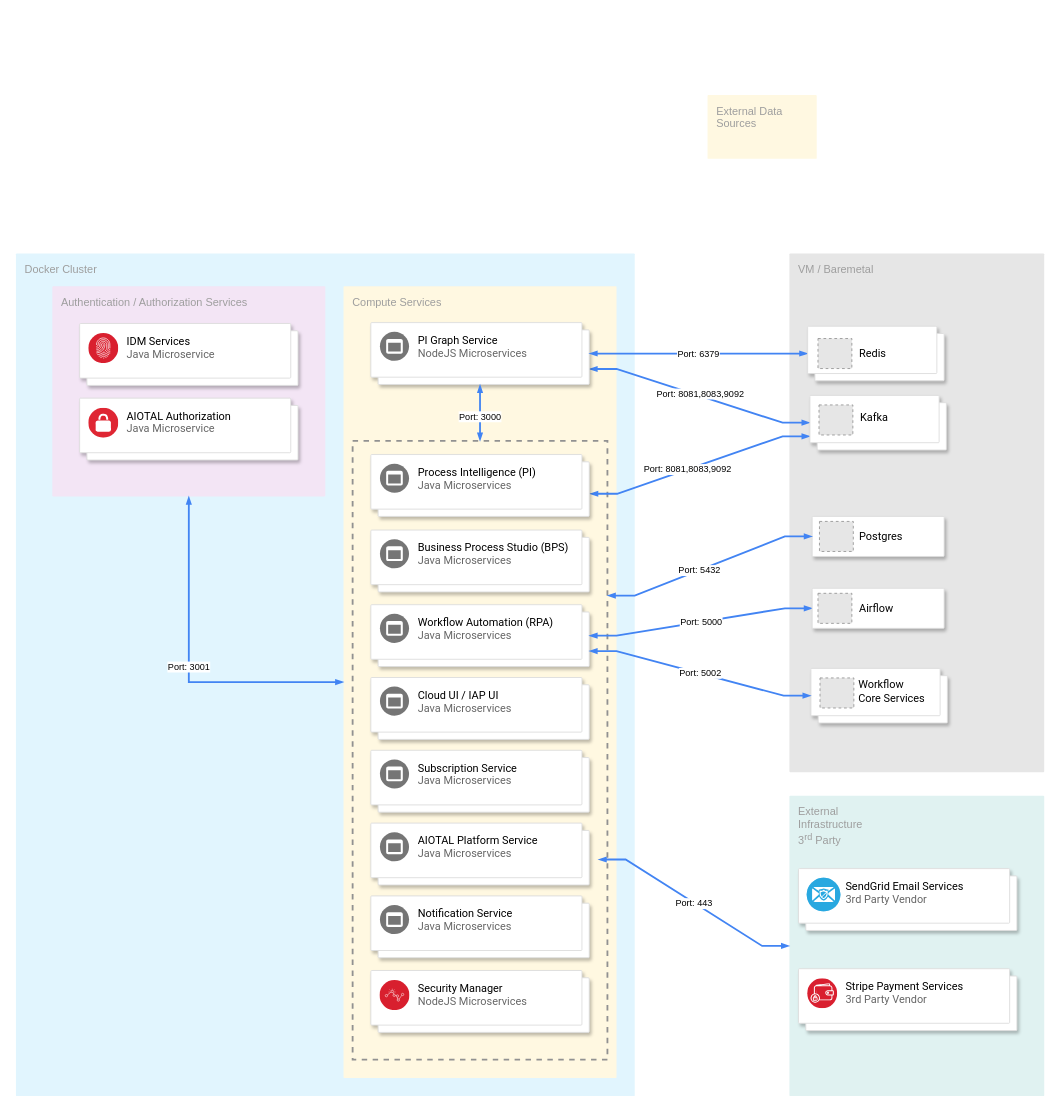
Above: page "Page-2" (2 of 2) of DrawIO/EPSoft Diagram.drawio in josephlim75/technologies (draw.io), before the change. Source tidied: cells renumbered, new cells numbered last; positions are measured from the earlier drawing's top-left corner, leaving out a move shared by most shapes. Both pictures are drawn from the tidied source at 91%, with x=0, y=0 at pixel (15, 95). Pictures stored in the file or linked from it are replaced by grey dashed boxes.
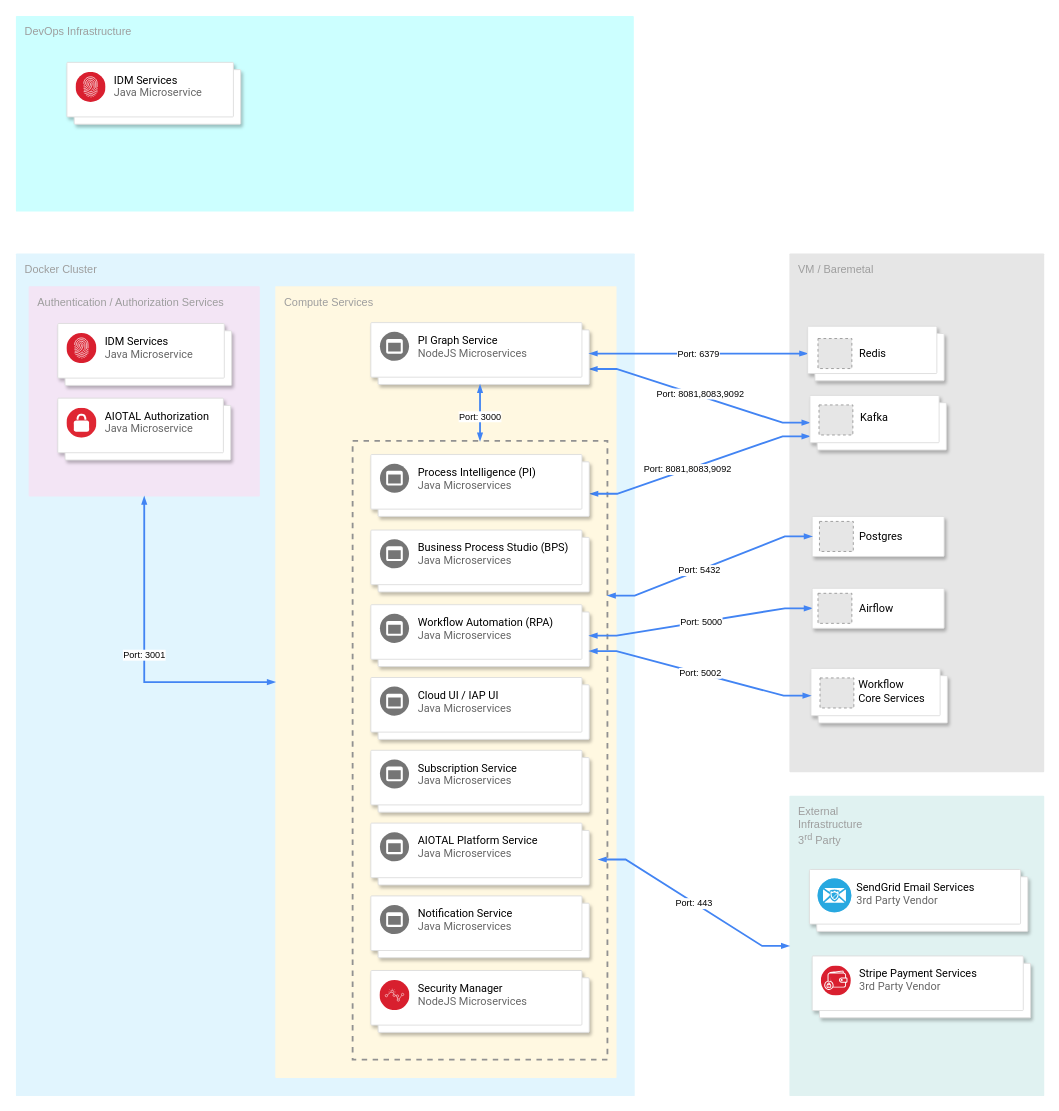
The same page after the edit.

The edit, as a diff of the source:
```diff
@@
     <mxCell id="4" value="Authentication / Authorization Services" style="points=[[0,0,0],[0.25,0,0],[0.5,0,0],[0.75,0,0],[1,0,0],[1,0.25,0],[1,0.5,0],[1,0.75,0],[1,1,0],[0.75,1,0],[0.5,1,0],[0.25,1,0],[0,1,0],[0,0.75,0],[0,0.5,0],[0,0.25,0]];rounded=1;absoluteArcSize=1;arcSize=2;html=1;strokeColor=none;gradientColor=none;shadow=0;dashed=0;fontSize=12;fontColor=#9E9E9E;align=left;verticalAlign=top;spacing=10;spacingTop=-4;fillColor=#F3E5F5;" parent="1" vertex="1">
-      <mxGeometry x="40" y="210" width="300" height="231" as="geometry" />
+      <mxGeometry x="14" y="210" width="254" height="231" as="geometry" />
     </mxCell>
     <mxCell id="5" value="Compute Services" style="points=[[0,0,0],[0.25,0,0],[0.5,0,0],[0.75,0,0],[1,0,0],[1,0.25,0],[1,0.5,0],[1,0.75,0],[1,1,0],[0.75,1,0],[0.5,1,0],[0.25,1,0],[0,1,0],[0,0.75,0],[0,0.5,0],[0,0.25,0]];rounded=1;absoluteArcSize=1;arcSize=2;html=1;strokeColor=none;gradientColor=none;shadow=0;dashed=0;fontSize=12;fontColor=#9E9E9E;align=left;verticalAlign=top;spacing=10;spacingTop=-4;fillColor=#FFF8E1;" parent="1" vertex="1">
-      <mxGeometry x="360" y="210" width="300" height="870" as="geometry" />
+      <mxGeometry x="285" y="210" width="375" height="870" as="geometry" />
     </mxCell>
@@
-    <mxCell id="7" value="External Data&#10;Sources" style="rounded=1;absoluteArcSize=1;arcSize=2;html=1;strokeColor=none;gradientColor=none;shadow=0;dashed=0;fontSize=12;fontColor=#9E9E9E;align=left;verticalAlign=top;spacing=10;spacingTop=-4;fillColor=#FFF8E1;" parent="1" vertex="1">
-      <mxGeometry x="760" width="120" height="70" as="geometry" />
-    </mxCell>
@@
-    <mxCell id="14" style="group;" parent="1" vertex="1">
-      <mxGeometry x="70" y="251" width="280" height="68" as="geometry" />
-    </mxCell>
-    <mxCell id="15" style="shape=mxgraph.gcp2.doubleRect;strokeColor=#dddddd;shadow=1;strokeWidth=1;fontFamily=Roboto;align=left;" parent="14" vertex="1">
-      <mxGeometry width="240" height="68" as="geometry" />
-    </mxCell>
-    <mxCell id="16" value="IDM Services" style="text;html=1;align=left;verticalAlign=middle;fillColor=none;strokeColor=none;rounded=0;fontFamily=Roboto;" parent="14" vertex="1">
-      <mxGeometry x="50" y="10" width="90" height="20" as="geometry" />
-    </mxCell>
-    <mxCell id="17" value="Java Microservice" style="text;html=1;align=left;verticalAlign=middle;fillColor=none;strokeColor=none;rounded=0;fontFamily=Roboto;fontColor=#666666;" parent="14" vertex="1">
-      <mxGeometry x="50" y="24" width="110" height="20" as="geometry" />
-    </mxCell>
-    <mxCell id="18" style="perimeter=ellipsePerimeter;html=1;align=center;shadow=0;dashed=0;fontColor=#4277BB;labelBackgroundColor=#ffffff;fontSize=12;spacingTop=3;image;image=img/lib/ibm/blockchain/identity_access_manager.svg;fillColor=#E6E6E6;" parent="14" vertex="1">
-      <mxGeometry x="10" y="11" width="33" height="33" as="geometry" />
-    </mxCell>
@@
     <mxCell id="35" value="Port: 3001" style="edgeStyle=orthogonalEdgeStyle;fontSize=10;html=1;endArrow=blockThin;endFill=1;rounded=0;strokeWidth=2;endSize=4;startSize=4;dashed=0;strokeColor=#4284F3;startArrow=blockThin;startFill=1;exitX=0;exitY=0.5;exitDx=0;exitDy=0;exitPerimeter=0;entryX=0.5;entryY=1;entryDx=0;entryDy=0;entryPerimeter=0;" parent="1" edge="1" source="5" target="4">
       <mxGeometry relative="1" as="geometry">
         <Array as="points">
-          <mxPoint x="190" y="645" />
+          <mxPoint x="141" y="645" />
         </Array>
       </mxGeometry>
     </mxCell>
-    <mxCell id="36" style="group;" parent="1" vertex="1">
-      <mxGeometry x="70" y="333" width="280" height="68" as="geometry" />
-    </mxCell>
-    <mxCell id="37" style="shape=mxgraph.gcp2.doubleRect;strokeColor=#dddddd;shadow=1;strokeWidth=1;fontFamily=Roboto;align=left;" parent="36" vertex="1">
-      <mxGeometry width="240" height="68" as="geometry" />
-    </mxCell>
-    <mxCell id="38" value="AIOTAL Authorization" style="text;html=1;align=left;verticalAlign=middle;fillColor=none;strokeColor=none;rounded=0;fontFamily=Roboto;" parent="36" vertex="1">
-      <mxGeometry x="50" y="10" width="130" height="20" as="geometry" />
-    </mxCell>
-    <mxCell id="39" value="Java Microservice" style="text;html=1;align=left;verticalAlign=middle;fillColor=none;strokeColor=none;rounded=0;fontFamily=Roboto;fontColor=#666666;" parent="36" vertex="1">
-      <mxGeometry x="50" y="24" width="110" height="20" as="geometry" />
-    </mxCell>
-    <mxCell id="40" style="perimeter=ellipsePerimeter;html=1;align=center;shadow=0;dashed=0;fontColor=#4277BB;labelBackgroundColor=#ffffff;fontSize=12;spacingTop=3;image;image=img/lib/ibm/security/vpn.svg;fillColor=#E6E6E6;" parent="36" vertex="1">
-      <mxGeometry x="10" y="11" width="33" height="33" as="geometry" />
-    </mxCell>
@@
     <mxCell id="85" style="group;" parent="1" vertex="1">
-      <mxGeometry x="860" y="850" width="240" height="68" as="geometry" />
+      <mxGeometry x="872" y="851" width="240" height="68" as="geometry" />
     </mxCell>
@@
     <mxCell id="90" style="group;" parent="1" vertex="1">
-      <mxGeometry x="860" y="960" width="240" height="68" as="geometry" />
+      <mxGeometry x="875" y="946" width="240" height="68" as="geometry" />
     </mxCell>
@@
+    <mxCell id="104" value="DevOps Infrastructure" style="rounded=1;absoluteArcSize=1;arcSize=2;html=1;strokeColor=none;gradientColor=none;shadow=0;dashed=0;fontSize=12;fontColor=#9E9E9E;align=left;verticalAlign=top;spacing=10;spacingTop=-4;fillColor=#CCFFFF;" parent="1" vertex="1">
+      <mxGeometry y="-87" width="679" height="215" as="geometry" />
+    </mxCell>
+    <mxCell id="37" style="shape=mxgraph.gcp2.doubleRect;strokeColor=#dddddd;shadow=1;strokeWidth=1;fontFamily=Roboto;align=left;" parent="1" vertex="1">
+      <mxGeometry x="46" y="333" width="190" height="68" as="geometry" />
+    </mxCell>
+    <mxCell id="38" value="AIOTAL Authorization" style="text;html=1;align=left;verticalAlign=middle;fillColor=none;strokeColor=none;rounded=0;fontFamily=Roboto;" parent="1" vertex="1">
+      <mxGeometry x="96" y="343" width="130" height="20" as="geometry" />
+    </mxCell>
+    <mxCell id="39" value="Java Microservice" style="text;html=1;align=left;verticalAlign=middle;fillColor=none;strokeColor=none;rounded=0;fontFamily=Roboto;fontColor=#666666;" parent="1" vertex="1">
+      <mxGeometry x="96" y="357" width="110" height="20" as="geometry" />
+    </mxCell>
+    <mxCell id="40" style="perimeter=ellipsePerimeter;html=1;align=center;shadow=0;dashed=0;fontColor=#4277BB;labelBackgroundColor=#ffffff;fontSize=12;spacingTop=3;image;image=img/lib/ibm/security/vpn.svg;fillColor=#E6E6E6;" parent="1" vertex="1">
+      <mxGeometry x="56" y="344" width="33" height="33" as="geometry" />
+    </mxCell>
+    <mxCell id="105" style="group;" parent="1" vertex="1">
+      <mxGeometry x="46" y="251" width="191" height="68" as="geometry" />
+    </mxCell>
+    <mxCell id="15" style="shape=mxgraph.gcp2.doubleRect;strokeColor=#dddddd;shadow=1;strokeWidth=1;fontFamily=Roboto;align=left;" parent="105" vertex="1">
+      <mxGeometry width="191" height="68" as="geometry" />
+    </mxCell>
+    <mxCell id="16" value="IDM Services" style="text;html=1;align=left;verticalAlign=middle;fillColor=none;strokeColor=none;rounded=0;fontFamily=Roboto;" parent="105" vertex="1">
+      <mxGeometry x="50" y="10" width="90" height="20" as="geometry" />
+    </mxCell>
+    <mxCell id="17" value="Java Microservice" style="text;html=1;align=left;verticalAlign=middle;fillColor=none;strokeColor=none;rounded=0;fontFamily=Roboto;fontColor=#666666;" parent="105" vertex="1">
+      <mxGeometry x="50" y="24" width="110" height="20" as="geometry" />
+    </mxCell>
+    <mxCell id="18" style="perimeter=ellipsePerimeter;html=1;align=center;shadow=0;dashed=0;fontColor=#4277BB;labelBackgroundColor=#ffffff;fontSize=12;spacingTop=3;image;image=img/lib/ibm/blockchain/identity_access_manager.svg;fillColor=#E6E6E6;" parent="105" vertex="1">
+      <mxGeometry x="10" y="11" width="33" height="33" as="geometry" />
+    </mxCell>
+    <mxCell id="106" style="group;" parent="1" vertex="1">
+      <mxGeometry x="56" y="-36" width="191" height="68" as="geometry" />
+    </mxCell>
+    <mxCell id="107" style="shape=mxgraph.gcp2.doubleRect;strokeColor=#dddddd;shadow=1;strokeWidth=1;fontFamily=Roboto;align=left;" parent="106" vertex="1">
+      <mxGeometry width="191" height="68" as="geometry" />
+    </mxCell>
+    <mxCell id="108" value="IDM Services" style="text;html=1;align=left;verticalAlign=middle;fillColor=none;strokeColor=none;rounded=0;fontFamily=Roboto;" parent="106" vertex="1">
+      <mxGeometry x="50" y="10" width="90" height="20" as="geometry" />
+    </mxCell>
+    <mxCell id="109" value="Java Microservice" style="text;html=1;align=left;verticalAlign=middle;fillColor=none;strokeColor=none;rounded=0;fontFamily=Roboto;fontColor=#666666;" parent="106" vertex="1">
+      <mxGeometry x="50" y="24" width="110" height="20" as="geometry" />
+    </mxCell>
+    <mxCell id="110" style="perimeter=ellipsePerimeter;html=1;align=center;shadow=0;dashed=0;fontColor=#4277BB;labelBackgroundColor=#ffffff;fontSize=12;spacingTop=3;image;image=img/lib/ibm/blockchain/identity_access_manager.svg;fillColor=#E6E6E6;" parent="106" vertex="1">
+      <mxGeometry x="10" y="11" width="33" height="33" as="geometry" />
+    </mxCell>
```
